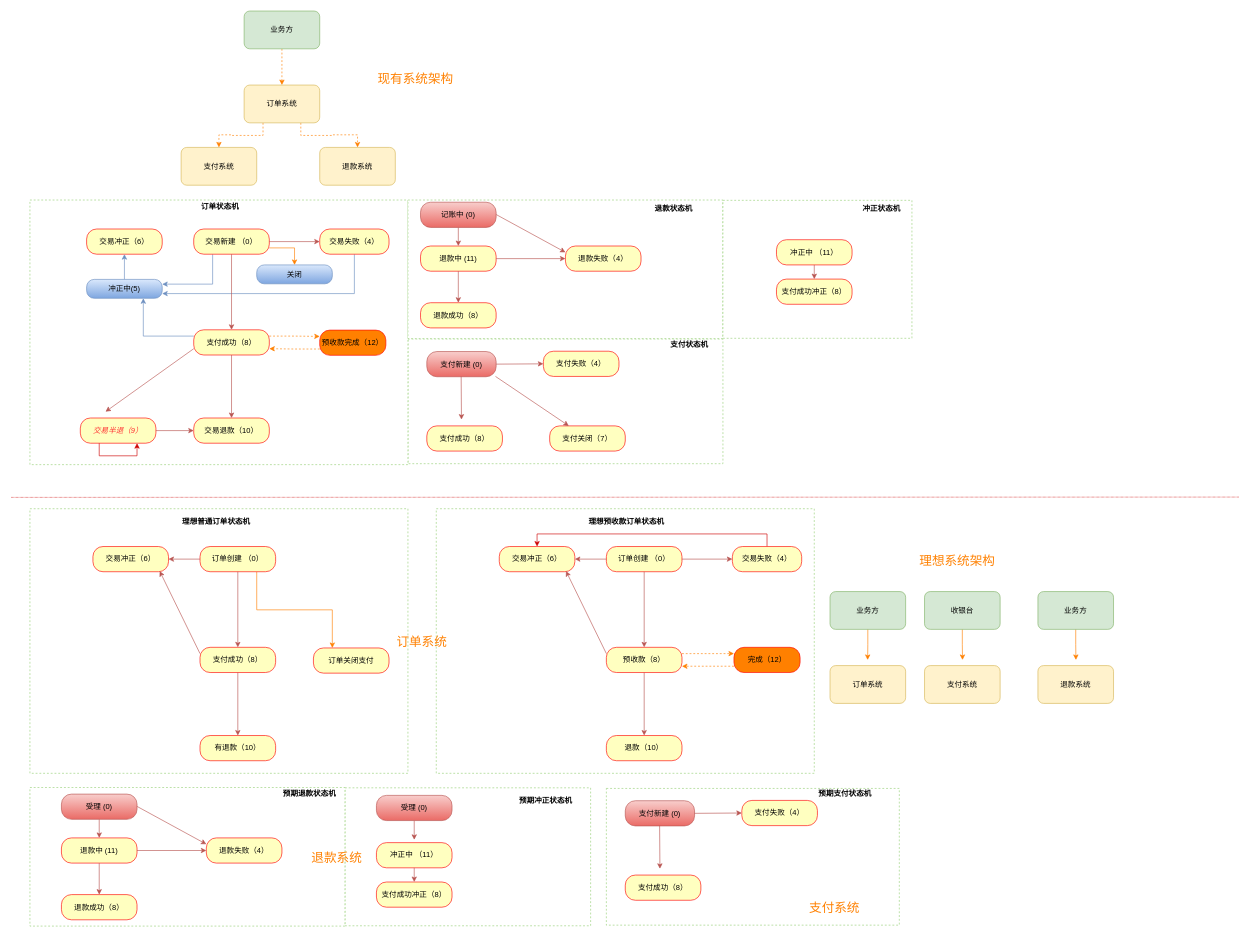
Before: 状态机2.drawio in luoyuping/drawio, a draw.io diagram. Source tidied: cells renumbered, new cells numbered last; positions are measured from the earlier drawing's top-left corner, leaving out a move shared by most shapes. Both pictures are drawn from the tidied source at 63%, with x=0, y=0 at pixel (11, 11).
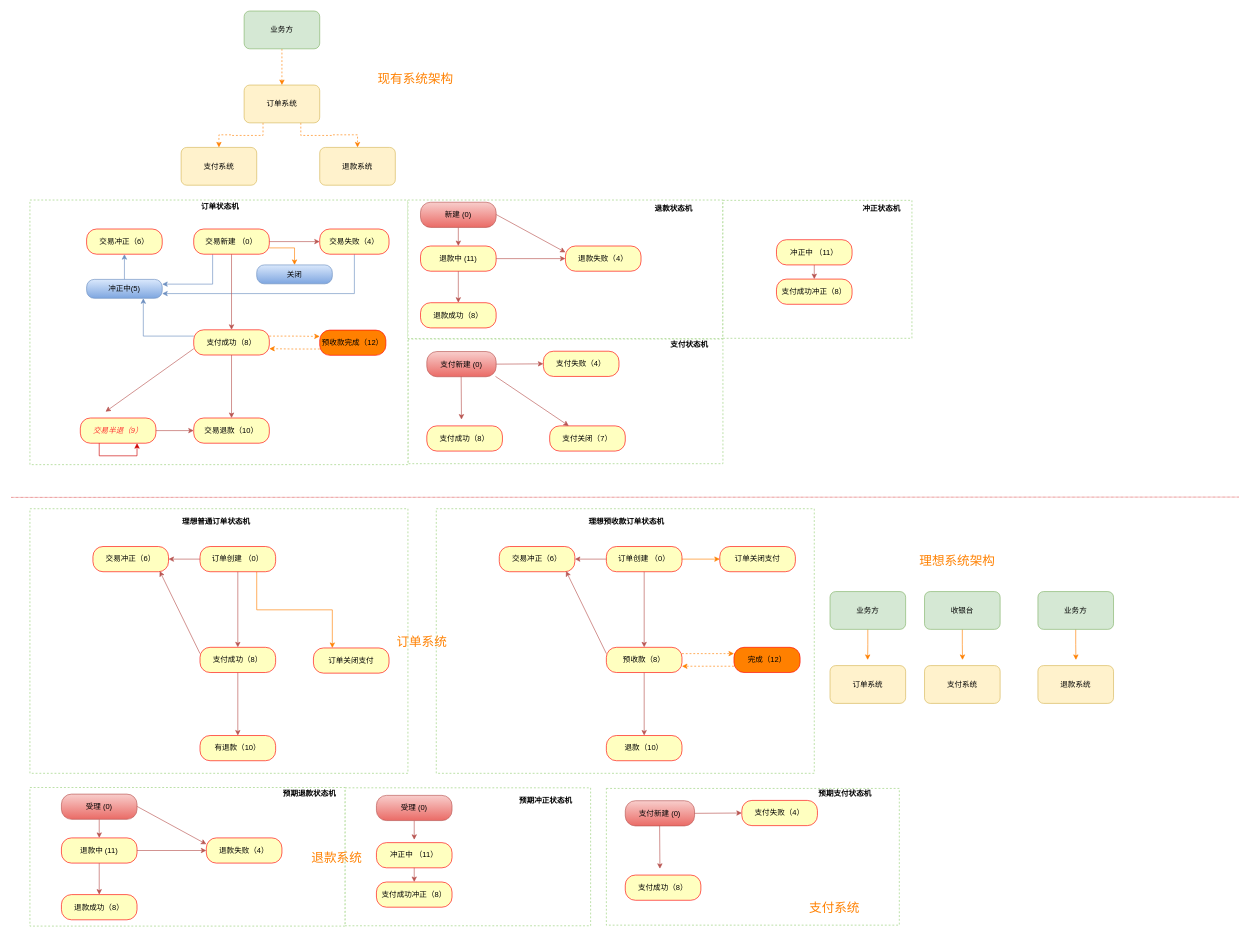
After the change.

Commit message:
更新状态机2.drawio

The change refers to these unchanged cells:
```xml
<mxCell id="86" value="订单创建 （0）" style="rounded=1;whiteSpace=wrap;html=1;arcSize=40;fillColor=#ffffc0;strokeColor=#ff0000;" parent="1" vertex="1">
  <mxGeometry x="945" y="850" width="120" height="40" as="geometry" />
</mxCell>
<mxCell id="93" value="交易冲正（6）" style="rounded=1;whiteSpace=wrap;html=1;arcSize=40;fillColor=#ffffc0;strokeColor=#ff0000;" parent="1" vertex="1">
  <mxGeometry x="775" y="850" width="120" height="40" as="geometry" />
</mxCell>
```

What changed in the source:
```diff
@@
-    <mxCell id="67" value="记账中 (0)" style="rounded=1;whiteSpace=wrap;html=1;arcSize=40;fillColor=#f8cecc;strokeColor=#b85450;gradientColor=#ea6b66;" parent="1" vertex="1">
+    <mxCell id="67" value="新建 (0)" style="rounded=1;whiteSpace=wrap;html=1;arcSize=40;fillColor=#f8cecc;strokeColor=#b85450;gradientColor=#ea6b66;" parent="1" vertex="1">
       <mxGeometry x="650" y="303.5" width="120" height="40" as="geometry" />
     </mxCell>
@@
+    <mxCell id="124" style="edgeStyle=orthogonalEdgeStyle;rounded=0;jettySize=auto;html=1;exitX=1;exitY=0.5;exitDx=0;exitDy=0;entryX=0;entryY=0.5;entryDx=0;entryDy=0;strokeColor=#FF8000;" parent="1" edge="1" source="86" target="125">
+      <mxGeometry relative="1" as="geometry" />
+    </mxCell>
@@
-    <mxCell id="89" style="edgeStyle=orthogonalEdgeStyle;rounded=0;html=1;exitX=0.5;exitY=0;entryX=0.5;entryY=0;jettySize=auto;strokeColor=#CC0000;" parent="1" edge="1" source="90" target="93">
-      <mxGeometry relative="1" as="geometry" />
-    </mxCell>
-    <mxCell id="90" value="交易失败（4）" style="rounded=1;whiteSpace=wrap;html=1;arcSize=40;fillColor=#ffffc0;strokeColor=#ff0000;" parent="1" vertex="1">
-      <mxGeometry x="1145" y="850" width="110" height="40" as="geometry" />
-    </mxCell>
@@
-    <mxCell id="92" style="endArrow=classic;html=1;entryX=0;entryY=0.5;exitX=1;exitY=0.5;plain-red;" parent="1" edge="1" source="86" target="90">
-      <mxGeometry x="1025" y="1000" as="geometry" />
-    </mxCell>
@@
+    <mxCell id="125" value="订单关闭支付" style="rounded=1;whiteSpace=wrap;html=1;arcSize=40;fillColor=#ffffc0;strokeColor=#ff0000;" parent="1" vertex="1">
+      <mxGeometry x="1125" y="850" width="120" height="40" as="geometry" />
+    </mxCell>
```
